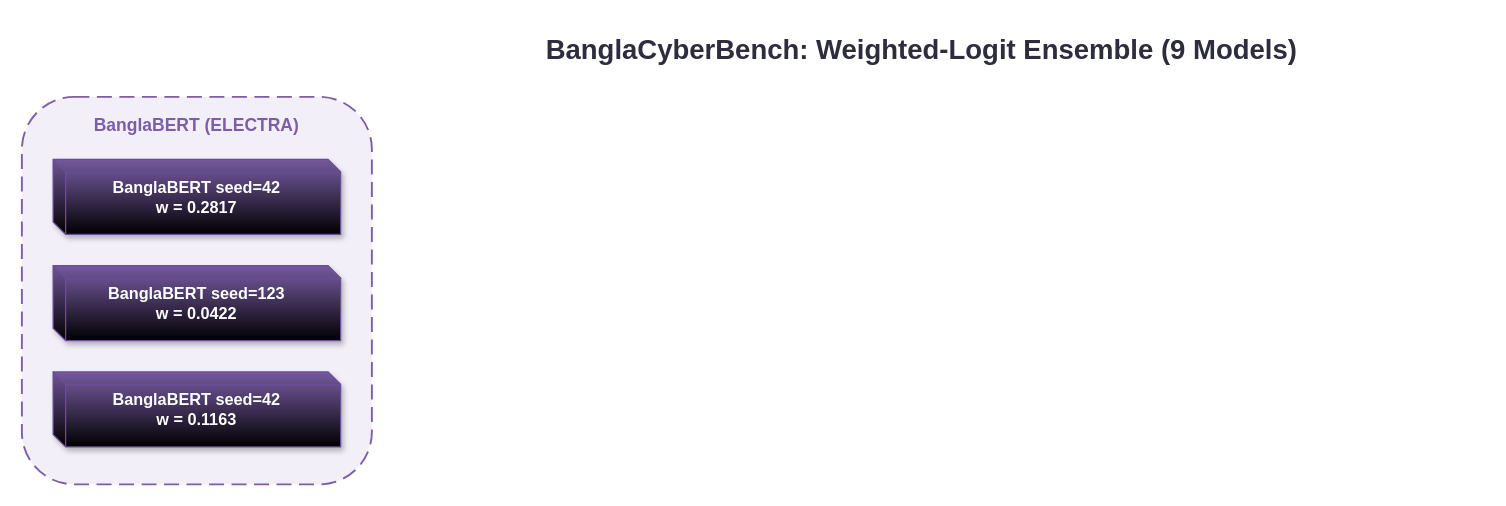
The draw.io diagram CyberD2.drawio in Sefayet-Alam/Research-Related, before the edit. Source tidied: cells renumbered, new cells numbered last; positions are measured from the earlier drawing's top-left corner, leaving out a move shared by most shapes. Both pictures are drawn from the tidied source at 125%, with x=0, y=0 at pixel (21, 21).
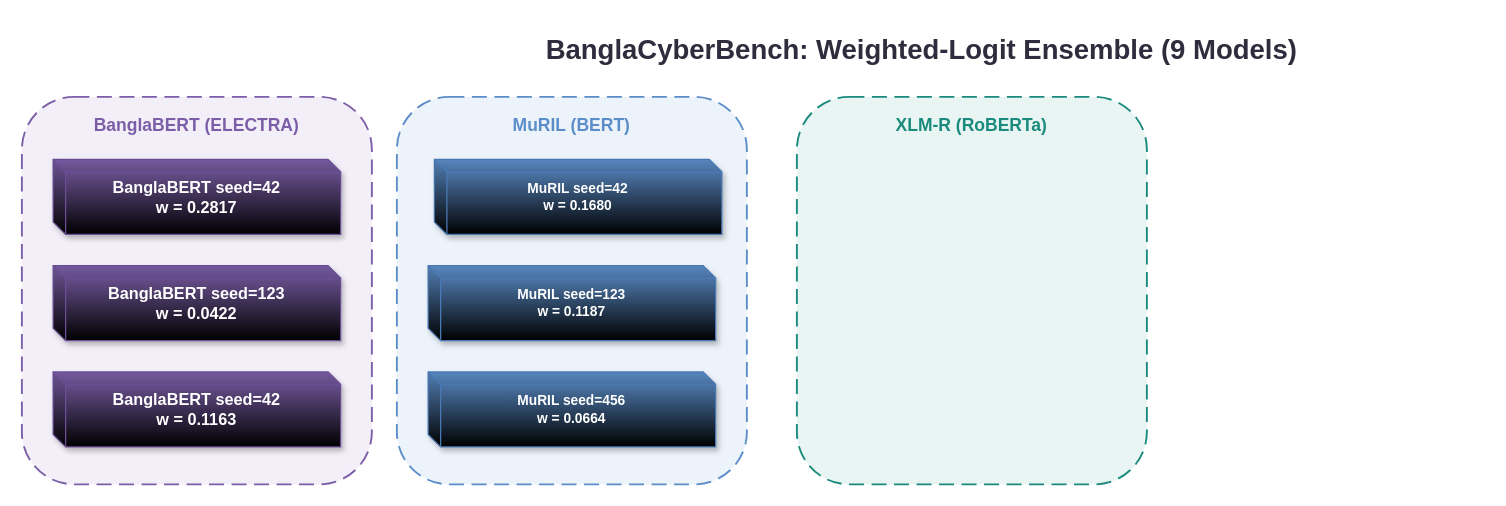
Above is the later version.

What changed in the source:
```diff
@@
 <mxGraphModel>
   <root>
     <mxCell id="0" />
     <mxCell id="1" parent="0" />
     <mxCell id="2" value="BanglaBERT (ELECTRA)" style="rounded=1;whiteSpace=wrap;dashed=1;dashPattern=8 4;fillColor=#F3EFF8;strokeColor=#7B5EA7;strokeWidth=1.5;fontSize=14;fontStyle=1;fontFamily=Arial;fontColor=#7B5EA7;verticalAlign=top;spacingTop=8;" parent="1" vertex="1">
       <mxGeometry y="60" width="280" height="310" as="geometry" />
     </mxCell>
     <mxCell id="3" value="BanglaCyberBench: Weighted-Logit Ensemble (9 Models)" style="text;whiteSpace=wrap;fontSize=22;fontStyle=1;fontFamily=Arial;fontColor=#2D2D3D;align=center;verticalAlign=middle;" parent="1" vertex="1">
       <mxGeometry x="270" width="900" height="45" as="geometry" />
     </mxCell>
     <mxCell id="4" value="BanglaBERT seed=42&#10;w = 0.2817" style="shape=cube;whiteSpace=wrap;size=10;darkOpacity=0.05;darkOpacity2=0.1;fillColor=#7B5EA7;strokeColor=#6B4E97;fontColor=#FFFFFF;fontSize=13;fontStyle=1;fontFamily=Arial;shadow=1;gradientColor=default;" parent="1" vertex="1">
       <mxGeometry x="25" y="110" width="230" height="60" as="geometry" />
     </mxCell>
     <mxCell id="5" value="BanglaBERT seed=123&#10;w = 0.0422" style="shape=cube;whiteSpace=wrap;size=10;darkOpacity=0.05;darkOpacity2=0.1;fillColor=#7B5EA7;strokeColor=#6B4E97;fontColor=#FFFFFF;fontSize=13;fontStyle=1;fontFamily=Arial;shadow=1;gradientColor=default;" parent="1" vertex="1">
       <mxGeometry x="25" y="195" width="230" height="60" as="geometry" />
     </mxCell>
     <mxCell id="6" value="BanglaBERT seed=42&#10;w = 0.1163" style="shape=cube;whiteSpace=wrap;size=10;darkOpacity=0.05;darkOpacity2=0.1;fillColor=#7B5EA7;strokeColor=#6B4E97;fontColor=#FFFFFF;fontSize=13;fontStyle=1;fontFamily=Arial;shadow=1;gradientColor=default;" parent="1" vertex="1">
       <mxGeometry x="25" y="280" width="230" height="60" as="geometry" />
     </mxCell>
+    <mxCell id="7" value="MuRIL (BERT)" style="rounded=1;whiteSpace=wrap;dashed=1;dashPattern=8 4;fillColor=#EDF3FA;strokeColor=#5B8DC9;strokeWidth=1.5;fontSize=14;fontStyle=1;fontFamily=Arial;fontColor=#5B8DC9;verticalAlign=top;spacingTop=8;" parent="1" vertex="1">
+      <mxGeometry x="300" y="60" width="280" height="310" as="geometry" />
+    </mxCell>
+    <mxCell id="8" value="MuRIL seed=42 &#10;w = 0.1680" style="shape=cube;whiteSpace=wrap;size=10;darkOpacity=0.05;darkOpacity2=0.1;fillColor=#5B8DC9;strokeColor=#4A7AB5;fontColor=#FFFFFF;fontSize=11;fontStyle=1;fontFamily=Arial;shadow=1;gradientColor=default;" parent="1" vertex="1">
+      <mxGeometry x="330" y="110" width="230" height="60" as="geometry" />
+    </mxCell>
+    <mxCell id="9" value="MuRIL seed=123 &#10;w = 0.1187" style="shape=cube;whiteSpace=wrap;size=10;darkOpacity=0.05;darkOpacity2=0.1;fillColor=#5B8DC9;strokeColor=#4A7AB5;fontColor=#FFFFFF;fontSize=11;fontStyle=1;fontFamily=Arial;shadow=1;gradientColor=default;" parent="1" vertex="1">
+      <mxGeometry x="325" y="195" width="230" height="60" as="geometry" />
+    </mxCell>
+    <mxCell id="10" value="MuRIL seed=456 &#10;w = 0.0664" style="shape=cube;whiteSpace=wrap;size=10;darkOpacity=0.05;darkOpacity2=0.1;fillColor=#5B8DC9;strokeColor=#4A7AB5;fontColor=#FFFFFF;fontSize=11;fontStyle=1;fontFamily=Arial;shadow=1;gradientColor=default;" parent="1" vertex="1">
+      <mxGeometry x="325" y="280" width="230" height="60" as="geometry" />
+    </mxCell>
+    <mxCell id="11" value="XLM-R (RoBERTa)" style="rounded=1;whiteSpace=wrap;dashed=1;dashPattern=8 4;fillColor=#E8F5F3;strokeColor=#1A8A7D;strokeWidth=1.5;fontSize=14;fontStyle=1;fontFamily=Arial;fontColor=#1A8A7D;verticalAlign=top;spacingTop=8;" parent="1" vertex="1">
+      <mxGeometry x="620" y="60" width="280" height="310" as="geometry" />
+    </mxCell>
   </root>
 </mxGraphModel>
```
